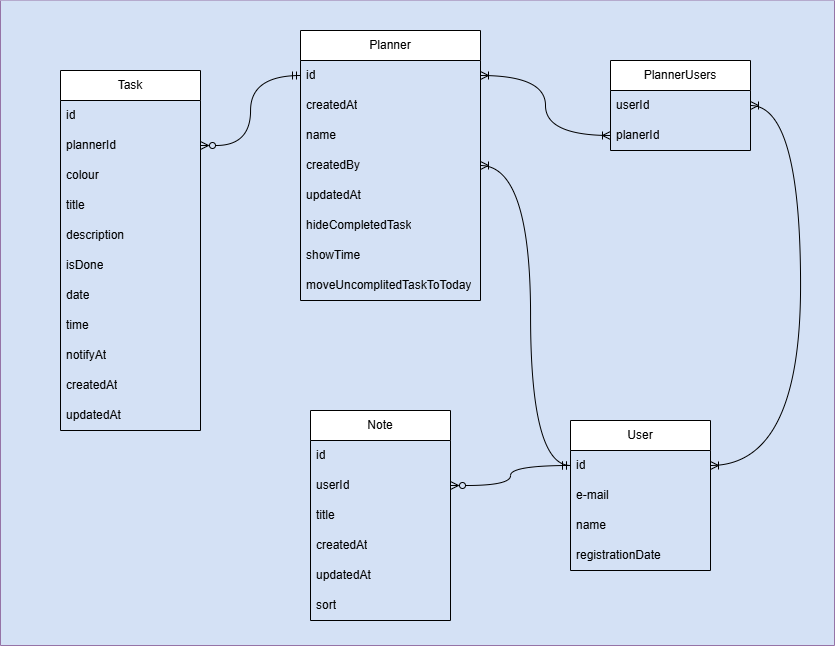
Before: planner/schemes/Схема_данных.drawio.png, a diagram exported from draw.io (bubalync/wiki). Source tidied: cells renumbered, new cells last; positions are measured from the earlier drawing's top-left corner, leaving out a move shared by most shapes.
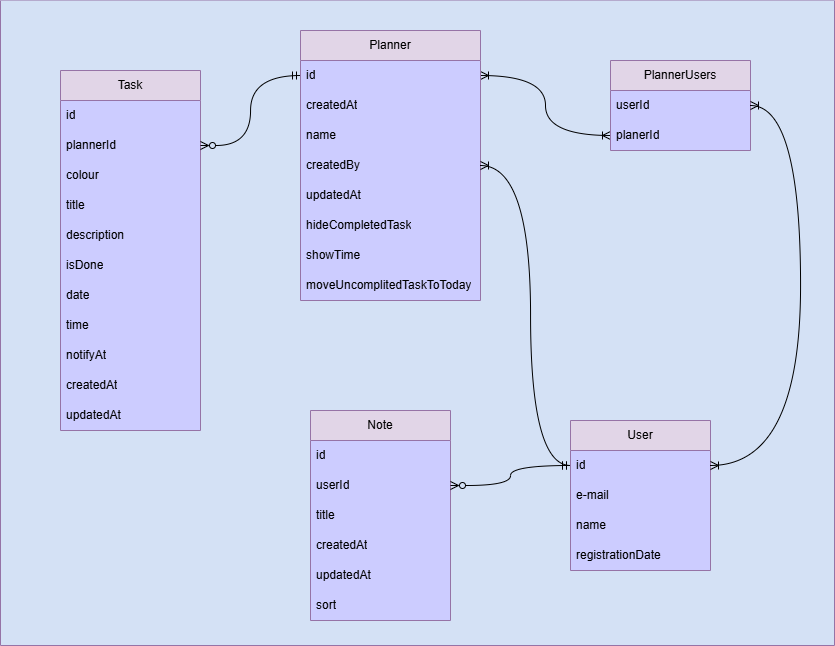
After the change.

Commit message:
Цвет табличек Схема_данных.drawio.png

The edit, as a diff of the source:
```diff
@@ -8,7 +8,7 @@
     <mxCell id="3" style="edgeStyle=orthogonalEdgeStyle;rounded=0;jettySize=auto;html=1;entryX=1;entryY=0.5;entryDx=0;entryDy=0;exitX=0;exitY=0.5;exitDx=0;exitDy=0;curved=1;startArrow=ERoneToMany;startFill=0;endArrow=ERoneToMany;endFill=0;" parent="2" edge="1" source="6" target="8">
       <mxGeometry relative="1" as="geometry" />
     </mxCell>
-    <mxCell id="4" value="PlannerUsers" style="swimlane;fontStyle=0;horizontal=1;startSize=30;whiteSpace=wrap;html=1;" parent="2" vertex="1">
+    <mxCell id="4" value="PlannerUsers" style="swimlane;fontStyle=0;horizontal=1;startSize=30;whiteSpace=wrap;html=1;fillColor=#e1d5e7;strokeColor=#9673a6;swimlaneFillColor=#CCCCFF;" parent="2" vertex="1">
       <mxGeometry x="610" y="60" width="140" height="90" as="geometry" />
     </mxCell>
     <mxCell id="5" value="userId" style="text;strokeColor=none;fillColor=none;align=left;verticalAlign=middle;spacingLeft=4;spacingRight=4;overflow=hidden;points=[[0,0.5],[1,0.5]];portConstraint=eastwest;whiteSpace=wrap;html=1;" parent="4" vertex="1">
@@ -17,7 +17,7 @@
     <mxCell id="6" value="planerId" style="text;strokeColor=none;fillColor=none;align=left;verticalAlign=middle;spacingLeft=4;spacingRight=4;overflow=hidden;points=[[0,0.5],[1,0.5]];portConstraint=eastwest;whiteSpace=wrap;html=1;" parent="4" vertex="1">
       <mxGeometry y="60" width="140" height="30" as="geometry" />
     </mxCell>
-    <mxCell id="7" value="Planner" style="swimlane;fontStyle=0;horizontal=1;startSize=30;whiteSpace=wrap;html=1;" parent="2" vertex="1">
+    <mxCell id="7" value="Planner" style="swimlane;fontStyle=0;horizontal=1;startSize=30;whiteSpace=wrap;html=1;fillColor=#e1d5e7;strokeColor=#9673a6;swimlaneFillColor=#CCCCFF;" parent="2" vertex="1">
       <mxGeometry x="300" y="30" width="180" height="270" as="geometry" />
     </mxCell>
     <mxCell id="8" value="id" style="text;strokeColor=none;fillColor=none;align=left;verticalAlign=middle;spacingLeft=4;spacingRight=4;overflow=hidden;points=[[0,0.5],[1,0.5]];portConstraint=eastwest;whiteSpace=wrap;html=1;" parent="7" vertex="1">
@@ -44,7 +44,7 @@
     <mxCell id="15" value="moveUncomplitedTaskToToday" style="text;strokeColor=none;fillColor=none;align=left;verticalAlign=middle;spacingLeft=4;spacingRight=4;overflow=hidden;whiteSpace=wrap;html=1;" parent="7" vertex="1">
       <mxGeometry y="240" width="180" height="30" as="geometry" />
     </mxCell>
-    <mxCell id="16" value="Task" style="swimlane;fontStyle=0;horizontal=1;startSize=30;whiteSpace=wrap;html=1;" parent="2" vertex="1">
+    <mxCell id="16" value="Task" style="swimlane;fontStyle=0;horizontal=1;startSize=30;whiteSpace=wrap;html=1;swimlaneFillColor=#CCCCFF;fillColor=#e1d5e7;strokeColor=#9673a6;" parent="2" vertex="1">
       <mxGeometry x="60" y="70" width="140" height="360" as="geometry" />
     </mxCell>
     <mxCell id="17" value="id" style="text;strokeColor=none;fillColor=none;align=left;verticalAlign=middle;spacingLeft=4;spacingRight=4;overflow=hidden;whiteSpace=wrap;html=1;" parent="16" vertex="1">
@@ -80,7 +80,7 @@
     <mxCell id="27" value="updatedAt" style="text;strokeColor=none;fillColor=none;align=left;verticalAlign=middle;spacingLeft=4;spacingRight=4;overflow=hidden;whiteSpace=wrap;html=1;" parent="16" vertex="1">
       <mxGeometry y="330" width="140" height="30" as="geometry" />
     </mxCell>
-    <mxCell id="28" value="User" style="swimlane;fontStyle=0;horizontal=1;startSize=30;whiteSpace=wrap;html=1;" parent="2" vertex="1">
+    <mxCell id="28" value="User" style="swimlane;fontStyle=0;horizontal=1;startSize=30;whiteSpace=wrap;html=1;fillColor=#e1d5e7;strokeColor=#9673a6;swimlaneFillColor=#CCCCFF;" parent="2" vertex="1">
       <mxGeometry x="570" y="420" width="140" height="150" as="geometry" />
     </mxCell>
     <mxCell id="29" value="id" style="text;strokeColor=none;fillColor=none;align=left;verticalAlign=middle;spacingLeft=4;spacingRight=4;overflow=hidden;points=[[0,0.5],[1,0.5]];portConstraint=eastwest;whiteSpace=wrap;html=1;" parent="28" vertex="1">
@@ -95,7 +95,7 @@
     <mxCell id="32" value="registrationDate" style="text;strokeColor=none;fillColor=none;align=left;verticalAlign=middle;spacingLeft=4;spacingRight=4;overflow=hidden;whiteSpace=wrap;html=1;" parent="28" vertex="1">
       <mxGeometry y="120" width="140" height="30" as="geometry" />
     </mxCell>
-    <mxCell id="33" value="Note" style="swimlane;fontStyle=0;horizontal=1;startSize=30;whiteSpace=wrap;html=1;" parent="2" vertex="1">
+    <mxCell id="33" value="Note" style="swimlane;fontStyle=0;horizontal=1;startSize=30;whiteSpace=wrap;html=1;swimlaneFillColor=#CCCCFF;fillColor=#e1d5e7;strokeColor=#9673a6;" parent="2" vertex="1">
       <mxGeometry x="310" y="410" width="140" height="210" as="geometry" />
     </mxCell>
     <mxCell id="34" value="id" style="text;strokeColor=none;fillColor=none;align=left;verticalAlign=middle;spacingLeft=4;spacingRight=4;overflow=hidden;whiteSpace=wrap;html=1;" parent="33" vertex="1">
```
